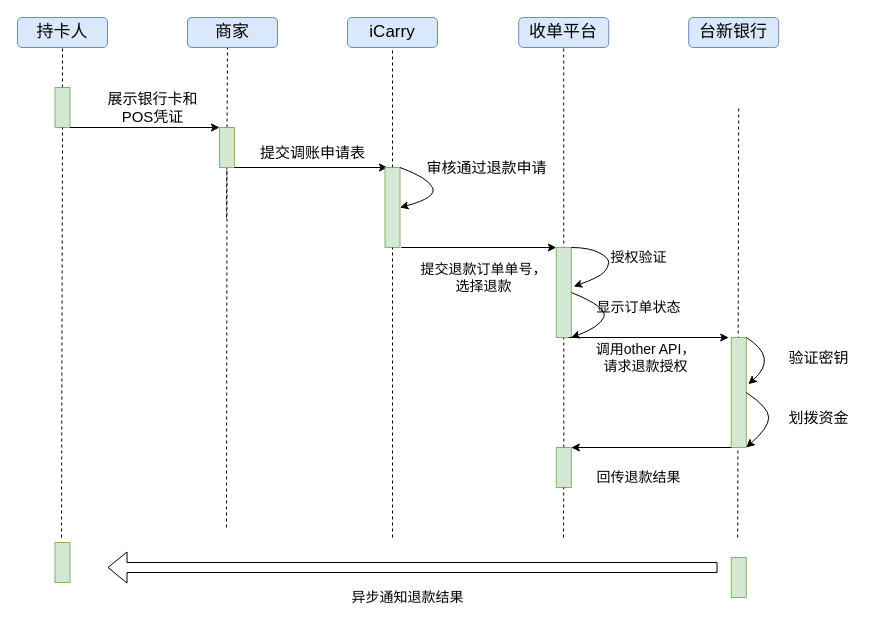
This is 台新银行--信用卡退款.drawio from MarkYongfengZheng/WFT, a draw.io file, before an edit. Source tidied: cells renumbered, new cells numbered last; positions are measured from the earlier drawing's top-left corner, leaving out a move shared by most shapes. Both pictures are drawn from the tidied source at 100%, with x=0, y=0 at pixel (17, 17).
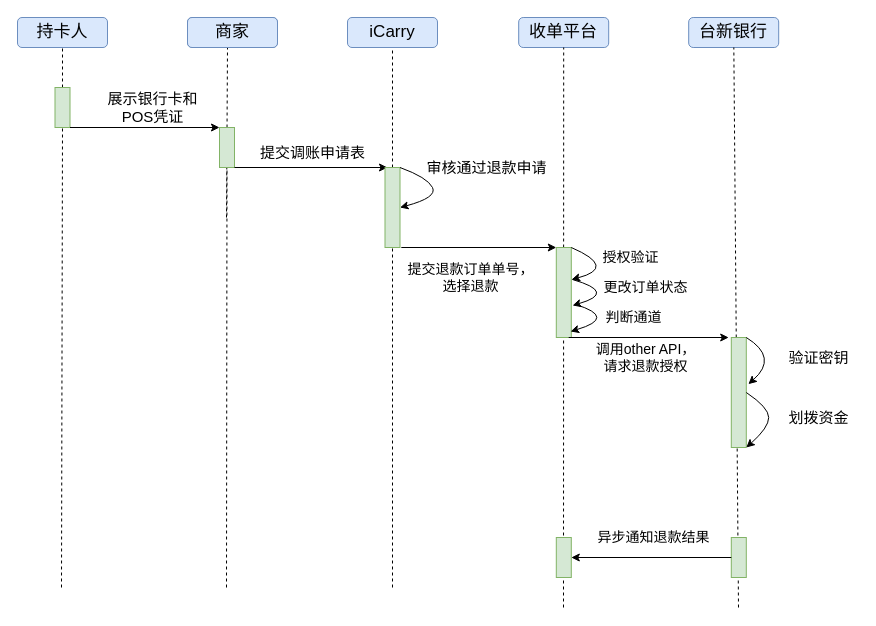
After the change.

Commit message:
Update 台新银行--信用卡退款0703.drawio

Unchanged cells that the change refers to:
```xml
<mxCell id="4" value="收单平台" style="rounded=1;whiteSpace=wrap;html=1;fillColor=#dae8fc;strokeColor=#6c8ebf;fontSize=17;" parent="1" vertex="1">
  <mxGeometry x="501.2" width="90" height="30" as="geometry" />
</mxCell>
<mxCell id="5" value="台新银行" style="rounded=1;whiteSpace=wrap;html=1;fillColor=#dae8fc;strokeColor=#6c8ebf;fontSize=17;" parent="1" vertex="1">
  <mxGeometry x="671.2" width="90" height="30" as="geometry" />
</mxCell>
<mxCell id="10" style="rounded=0;whiteSpace=wrap;html=1;fontSize=17;fillColor=#d5e8d4;strokeColor=#82b366;" parent="1" vertex="1">
  <mxGeometry x="202" y="110" width="15" height="40" as="geometry" />
</mxCell>
<mxCell id="12" style="rounded=0;whiteSpace=wrap;html=1;fontSize=17;fillColor=#d5e8d4;strokeColor=#82b366;" parent="1" vertex="1">
  <mxGeometry x="37.5" y="70" width="15" height="40" as="geometry" />
</mxCell>
<mxCell id="15" style="rounded=0;whiteSpace=wrap;html=1;fontSize=17;fillColor=#d5e8d4;strokeColor=#82b366;" parent="1" vertex="1">
  <mxGeometry x="538.8" y="230" width="15" height="90" as="geometry" />
</mxCell>
<mxCell id="36" style="rounded=0;whiteSpace=wrap;html=1;fontSize=17;fillColor=#d5e8d4;strokeColor=#82b366;" parent="1" vertex="1">
  <mxGeometry x="367.5" y="150" width="15" height="80" as="geometry" />
</mxCell>
```

Diff of the diagram source:
```diff
@@
-    <mxCell id="8" style="endArrow=none;dashed=1;html=1;fontSize=17;" parent="1" edge="1" source="40" target="4">
-      <mxGeometry relative="1" as="geometry" />
+    <mxCell id="8" style="endArrow=none;dashed=1;html=1;fontSize=17;" parent="1" edge="1" target="4">
+      <mxGeometry relative="1" as="geometry">
+        <mxPoint x="546" y="590" as="sourcePoint" />
+      </mxGeometry>
     </mxCell>
-    <mxCell id="9" style="endArrow=none;dashed=1;html=1;fontSize=17;entryX=0.5;entryY=1;entryDx=0;entryDy=0;" parent="1" edge="1">
+    <mxCell id="9" style="endArrow=none;dashed=1;html=1;fontSize=17;" parent="1" edge="1" target="5">
       <mxGeometry relative="1" as="geometry">
-        <mxPoint x="720.2" y="520" as="sourcePoint" />
-        <mxPoint x="721.2" y="90" as="targetPoint" />
+        <mxPoint x="721" y="590" as="sourcePoint" />
       </mxGeometry>
     </mxCell>
@@
     <mxCell id="11" style="endArrow=none;dashed=1;html=1;fontSize=17;entryX=0.5;entryY=1;entryDx=0;entryDy=0;" parent="1" edge="1" target="10">
       <mxGeometry relative="1" as="geometry">
-        <mxPoint x="209" y="510" as="sourcePoint" />
+        <mxPoint x="209" y="570" as="sourcePoint" />
       </mxGeometry>
     </mxCell>
@@
     <mxCell id="13" style="endArrow=none;dashed=1;html=1;fontSize=17;entryX=0.5;entryY=1;entryDx=0;entryDy=0;" parent="1" edge="1" target="12">
       <mxGeometry relative="1" as="geometry">
-        <mxPoint x="44" y="520" as="sourcePoint" />
+        <mxPoint x="44" y="570" as="sourcePoint" />
       </mxGeometry>
     </mxCell>
@@
     <mxCell id="17" value="&lt;div&gt;提交退款订单单号，&lt;/div&gt;&lt;div&gt;选择退款&lt;br&gt;&lt;/div&gt;" style="text;html=1;align=center;verticalAlign=middle;fontSize=14;" parent="1" vertex="1">
-      <mxGeometry x="396.2" y="240" width="140" height="40" as="geometry" />
+      <mxGeometry x="382.5" y="240" width="140" height="40" as="geometry" />
     </mxCell>
-    <mxCell id="18" style="curved=1;endArrow=classic;html=1;fontSize=15;exitX=1;exitY=0;exitDx=0;exitDy=0;" parent="1" edge="1" source="15">
-      <mxGeometry relative="1" as="geometry">
-        <mxPoint x="556.2" y="269" as="targetPoint" />
-        <Array as="points">
-          <mxPoint x="571.2" y="230" />
-          <mxPoint x="591.2" y="240" />
-          <mxPoint x="591.2" y="250" />
-          <mxPoint x="581.2" y="260" />
-        </Array>
-      </mxGeometry>
-    </mxCell>
     <mxCell id="19" value="授权验证" style="text;html=1;align=center;verticalAlign=middle;fontSize=14;" parent="1" vertex="1">
-      <mxGeometry x="586.2" y="230" width="70" height="20" as="geometry" />
+      <mxGeometry x="578.2" y="230" width="70" height="20" as="geometry" />
     </mxCell>
-    <mxCell id="20" style="curved=1;endArrow=classic;html=1;fontSize=15;exitX=1;exitY=0.5;exitDx=0;exitDy=0;entryX=1;entryY=1;entryDx=0;entryDy=0;" parent="1" edge="1" source="15" target="15">
+    <mxCell id="20" style="curved=1;endArrow=classic;html=1;fontSize=15;entryX=1.083;entryY=0.644;entryDx=0;entryDy=0;entryPerimeter=0;" parent="1" edge="1" target="15">
       <mxGeometry relative="1" as="geometry">
+        <mxPoint x="555" y="262" as="sourcePoint" />
         <Array as="points">
-          <mxPoint x="591.2" y="290" />
-          <mxPoint x="581.2" y="310" />
+          <mxPoint x="600" y="275" />
         </Array>
       </mxGeometry>
     </mxCell>
-    <mxCell id="21" value="显示订单状态" style="text;html=1;align=center;verticalAlign=middle;fontSize=14;" parent="1" vertex="1">
-      <mxGeometry x="571.2" y="280" width="100" height="20" as="geometry" />
+    <mxCell id="21" value="更改订单状态" style="text;html=1;align=center;verticalAlign=middle;fontSize=14;" parent="1" vertex="1">
+      <mxGeometry x="578.2" y="260" width="100" height="20" as="geometry" />
     </mxCell>
@@
-    <mxCell id="27" style="endArrow=classic;html=1;fontSize=15;exitX=0;exitY=1;exitDx=0;exitDy=0;entryX=1;entryY=0;entryDx=0;entryDy=0;" parent="1" edge="1" target="40">
-      <mxGeometry relative="1" as="geometry">
-        <mxPoint x="713.8" y="430" as="sourcePoint" />
-      </mxGeometry>
-    </mxCell>
-    <mxCell id="28" value="回传退款结果" style="text;html=1;align=center;verticalAlign=middle;fontSize=14;" parent="1" vertex="1">
-      <mxGeometry x="571.2" y="450" width="100" height="20" as="geometry" />
-    </mxCell>
@@
     <mxCell id="37" style="endArrow=none;dashed=1;html=1;entryX=0.5;entryY=1;entryDx=0;entryDy=0;" parent="1" edge="1" target="36">
       <mxGeometry relative="1" as="geometry">
-        <mxPoint x="375" y="520" as="sourcePoint" />
+        <mxPoint x="375" y="570" as="sourcePoint" />
       </mxGeometry>
     </mxCell>
@@
-    <mxCell id="40" style="rounded=0;whiteSpace=wrap;html=1;fontSize=17;fillColor=#d5e8d4;strokeColor=#82b366;" parent="1" vertex="1">
-      <mxGeometry x="538.8" y="430" width="15" height="40" as="geometry" />
-    </mxCell>
-    <mxCell id="41" style="endArrow=none;dashed=1;html=1;fontSize=17;" parent="1" edge="1" target="40">
-      <mxGeometry relative="1" as="geometry">
-        <mxPoint x="546" y="520" as="sourcePoint" />
-      </mxGeometry>
-    </mxCell>
     <mxCell id="42" style="rounded=0;whiteSpace=wrap;html=1;fontSize=17;fillColor=#d5e8d4;strokeColor=#82b366;" parent="1" vertex="1">
-      <mxGeometry x="713.8" y="540" width="15" height="40" as="geometry" />
+      <mxGeometry x="713.8" y="520" width="15" height="40" as="geometry" />
     </mxCell>
     <mxCell id="43" style="rounded=0;whiteSpace=wrap;html=1;fontSize=17;fillColor=#d5e8d4;strokeColor=#82b366;" parent="1" vertex="1">
-      <mxGeometry x="37.5" y="525" width="15" height="40" as="geometry" />
+      <mxGeometry x="538.8" y="520" width="15" height="40" as="geometry" />
     </mxCell>
-    <mxCell id="44" style="shape=flexArrow;endArrow=classic;html=1;" parent="1" edge="1">
-      <mxGeometry relative="1" as="geometry">
-        <mxPoint x="700" y="550" as="sourcePoint" />
-        <mxPoint x="90" y="550" as="targetPoint" />
-      </mxGeometry>
-    </mxCell>
     <mxCell id="45" value="异步通知退款结果" style="text;html=1;align=center;verticalAlign=middle;fontSize=14;" parent="1" vertex="1">
-      <mxGeometry x="325" y="570" width="130" height="20" as="geometry" />
+      <mxGeometry x="571.2" y="510" width="130" height="20" as="geometry" />
     </mxCell>
@@
+    <mxCell id="47" style="endArrow=classic;html=1;exitX=0;exitY=0.5;exitDx=0;exitDy=0;entryX=1;entryY=0.5;entryDx=0;entryDy=0;" parent="1" edge="1" source="42" target="43">
+      <mxGeometry relative="1" as="geometry" />
+    </mxCell>
+    <mxCell id="48" style="curved=1;endArrow=classic;html=1;fontSize=15;entryX=0.95;entryY=0.933;entryDx=0;entryDy=0;entryPerimeter=0;exitX=1.283;exitY=0.633;exitDx=0;exitDy=0;exitPerimeter=0;" parent="1" edge="1" source="15" target="15">
+      <mxGeometry relative="1" as="geometry">
+        <Array as="points">
+          <mxPoint x="600" y="300" />
+        </Array>
+      </mxGeometry>
+    </mxCell>
+    <mxCell id="49" style="curved=1;endArrow=classic;html=1;fontSize=15;entryX=1.017;entryY=0.356;entryDx=0;entryDy=0;entryPerimeter=0;exitX=1;exitY=0;exitDx=0;exitDy=0;" parent="1" edge="1" source="15" target="15">
+      <mxGeometry relative="1" as="geometry">
+        <Array as="points">
+          <mxPoint x="600" y="250" />
+        </Array>
+      </mxGeometry>
+    </mxCell>
+    <mxCell id="50" value="判断通道" style="text;html=1;align=center;verticalAlign=middle;fontSize=14;" parent="1" vertex="1">
+      <mxGeometry x="581.2" y="290" width="70" height="20" as="geometry" />
+    </mxCell>
```
